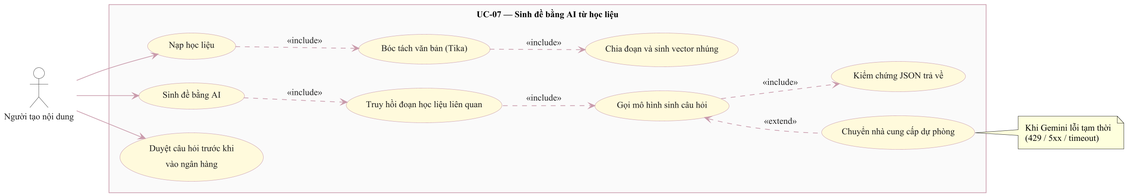
The PlantUML diagram bao-cao-datn/assets/hinh-2.10.png in NguyenDuc2004/QUIZ-TRIVIA, before a commit.
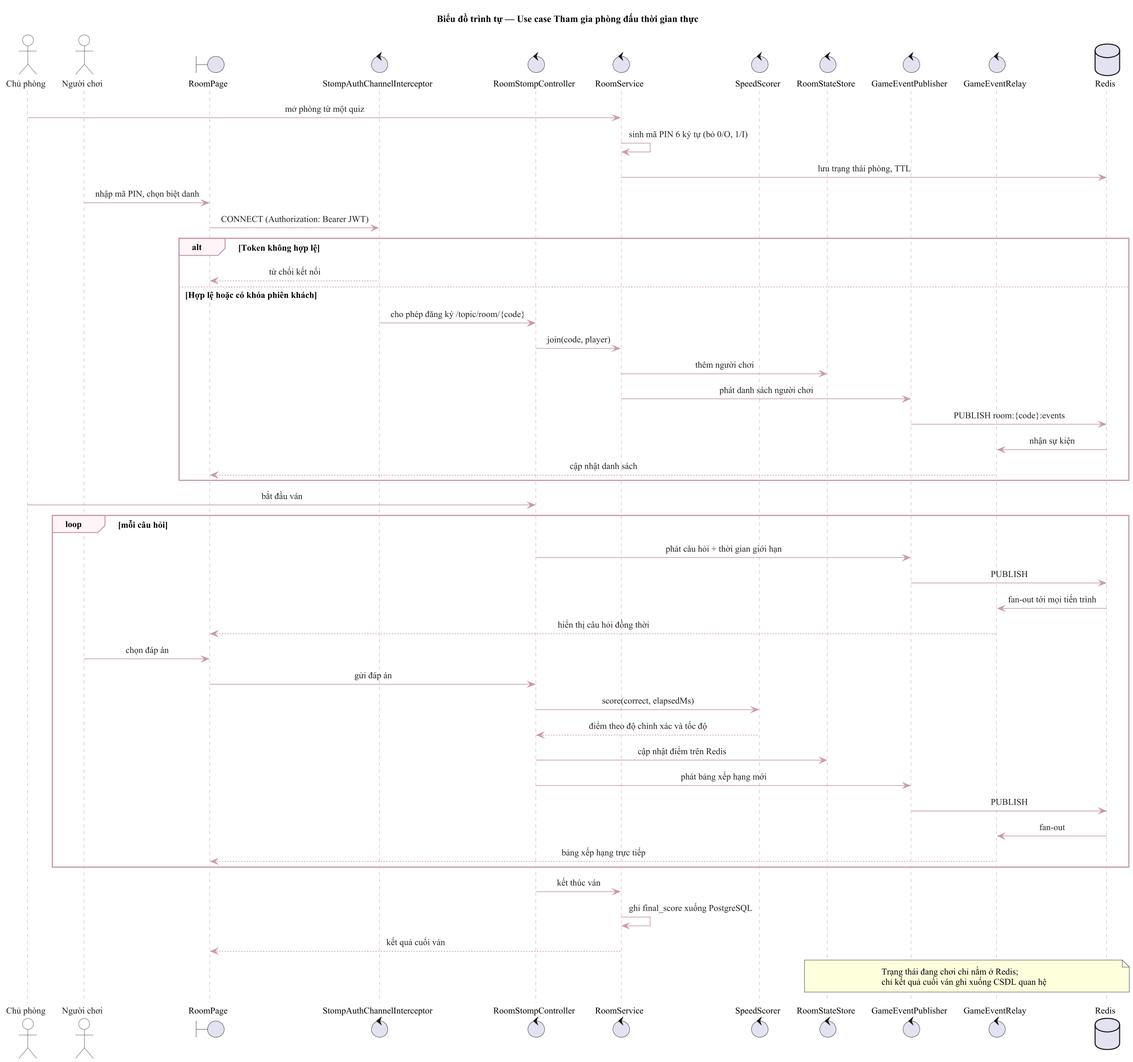
Above is the later version.

The edit, as a diff of the source:
```diff
@@ -63,30 +63,61 @@
   ABorderColor #C99AAB
 }
 
-left to right direction
-actor "Người tạo nội dung" as C
-rectangle "UC-07 — Sinh đề bằng AI từ học liệu" {
-  usecase "Nạp học liệu" as U1
-  usecase "Bóc tách văn bản (Tika)" as U2
-  usecase "Chia đoạn và sinh vector nhúng" as U3
-  usecase "Sinh đề bằng AI" as U4
-  usecase "Truy hồi đoạn học liệu liên quan" as U5
-  usecase "Gọi mô hình sinh câu hỏi" as U6
-  usecase "Chuyển nhà cung cấp dự phòng" as U7
-  usecase "Kiểm chứng JSON trả về" as U8
-  usecase "Duyệt câu hỏi trước khi\nvào ngân hàng" as U9
-}
-C --> U1
-C --> U4
-C --> U9
-U1 ..> U2 : <<include>>
-U2 ..> U3 : <<include>>
-U4 ..> U5 : <<include>>
-U5 ..> U6 : <<include>>
-U6 ..> U8 : <<include>>
-U7 .up.> U6 : <<extend>>
-note right of U7
-  Khi Gemini lỗi tạm thời
-  (429 / 5xx / timeout)
+title Biểu đồ trình tự — Use case Tham gia phòng đấu thời gian thực
+
+actor "Chủ phòng" as H
+actor "Người chơi" as P
+boundary "RoomPage" as B
+control "StompAuthChannelInterceptor" as AUTH
+control "RoomStompController" as RC
+control "RoomService" as RS
+control "SpeedScorer" as SC
+control "RoomStateStore" as ST
+control "GameEventPublisher" as PUB
+control "GameEventRelay" as REL
+database "Redis" as RD
+
+H -> RS : mở phòng từ một quiz
+RS -> RS : sinh mã PIN 6 ký tự (bỏ 0/O, 1/I)
+RS -> RD : lưu trạng thái phòng, TTL
+
+P -> B : nhập mã PIN, chọn biệt danh
+B -> AUTH : CONNECT (Authorization: Bearer JWT)
+alt Token không hợp lệ
+  AUTH --> B : từ chối kết nối
+else Hợp lệ hoặc có khóa phiên khách
+  AUTH -> RC : cho phép đăng ký /topic/room/{code}
+  RC -> RS : join(code, player)
+  RS -> ST : thêm người chơi
+  RS -> PUB : phát danh sách người chơi
+  PUB -> RD : PUBLISH room:{code}:events
+  RD -> REL : nhận sự kiện
+  REL --> B : cập nhật danh sách
+end
+
+H -> RC : bắt đầu ván
+loop mỗi câu hỏi
+  RC -> PUB : phát câu hỏi + thời gian giới hạn
+  PUB -> RD : PUBLISH
+  RD -> REL : fan-out tới mọi tiến trình
+  REL --> B : hiển thị câu hỏi đồng thời
+  P -> B : chọn đáp án
+  B -> RC : gửi đáp án
+  RC -> SC : score(correct, elapsedMs)
+  SC --> RC : điểm theo độ chính xác và tốc độ
+  RC -> ST : cập nhật điểm trên Redis
+  RC -> PUB : phát bảng xếp hạng mới
+  PUB -> RD : PUBLISH
+  RD -> REL : fan-out
+  REL --> B : bảng xếp hạng trực tiếp
+end
+
+RC -> RS : kết thúc ván
+RS -> RS : ghi final_score xuống PostgreSQL
+RS --> B : kết quả cuối ván
+
+note over ST, RD
+  Trạng thái đang chơi chỉ nằm ở Redis;
+  chỉ kết quả cuối ván ghi xuống CSDL quan hệ
 end note
 @enduml
```
